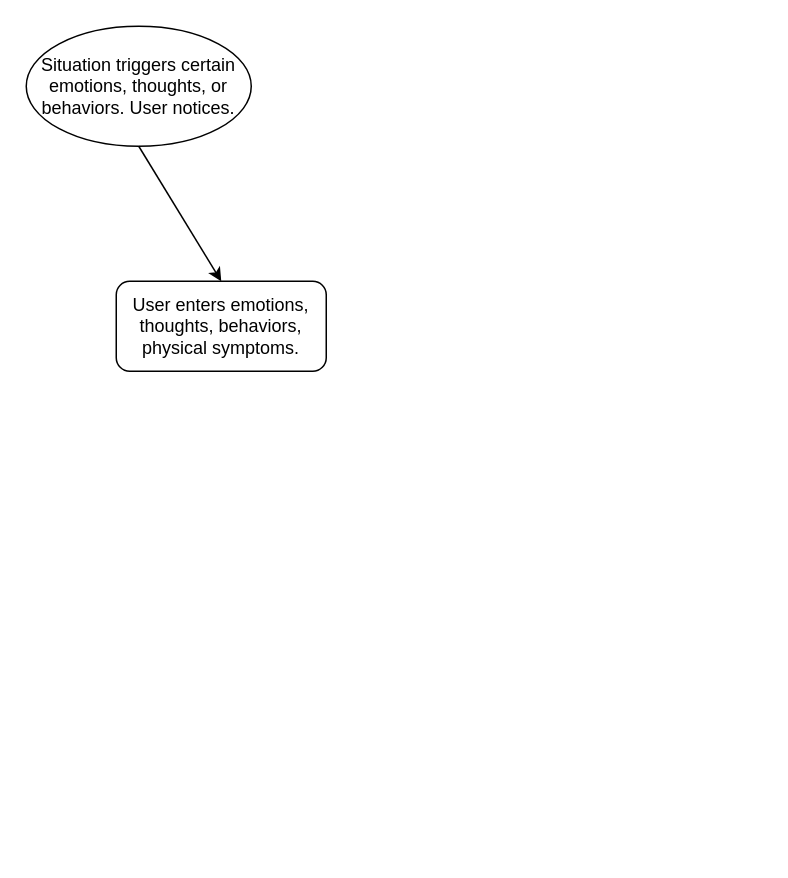
Above: Untitled Diagram.drawio in nickanism/self_consciousness_general (draw.io), before the change. Source tidied: cells renumbered, new cells numbered last; positions are measured from the earlier drawing's top-left corner, leaving out a move shared by most shapes. Both pictures are drawn from the tidied source at 150%, with x=0, y=0 at pixel (26, 26).
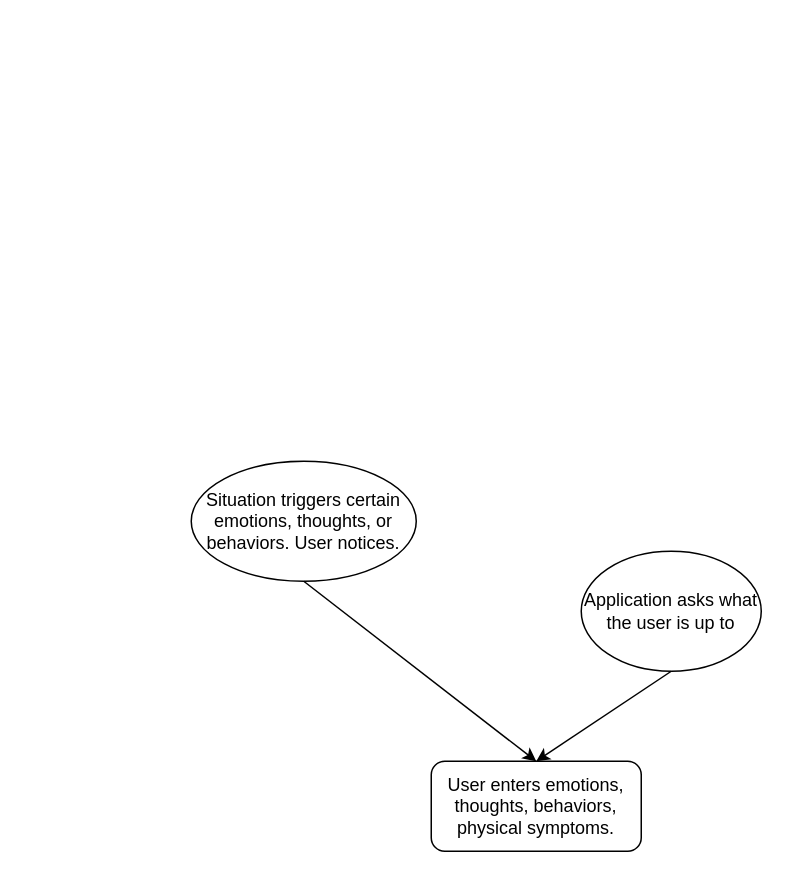
The same diagram, later.

The edit, as a diff of the source:
```diff
@@
 <mxGraphModel>
   <root>
     <mxCell id="0" />
     <mxCell id="1" parent="0" />
     <mxCell id="2" value="User enters emotions, thoughts, behaviors, physical symptoms." style="rounded=1;whiteSpace=wrap;html=1;" parent="1" vertex="1">
-      <mxGeometry x="60" y="170" width="140" height="60" as="geometry" />
+      <mxGeometry x="270" y="490" width="140" height="60" as="geometry" />
     </mxCell>
     <mxCell id="3" value="Situation triggers certain emotions, thoughts, or behaviors. User notices." style="ellipse;whiteSpace=wrap;html=1;" parent="1" vertex="1">
-      <mxGeometry width="150" height="80" as="geometry" />
+      <mxGeometry x="110" y="290" width="150" height="80" as="geometry" />
     </mxCell>
     <mxCell id="4" style="endArrow=classic;html=1;rounded=0;exitX=0.5;exitY=1;exitDx=0;exitDy=0;entryX=0.5;entryY=0;entryDx=0;entryDy=0;" parent="1" edge="1" source="3" target="2">
       <mxGeometry relative="1" as="geometry" />
     </mxCell>
+    <mxCell id="5" value="Application asks what the user is up to" style="ellipse;whiteSpace=wrap;html=1;" parent="1" vertex="1">
+      <mxGeometry x="370" y="350" width="120" height="80" as="geometry" />
+    </mxCell>
+    <mxCell id="6" style="endArrow=classic;html=1;rounded=0;exitX=0.5;exitY=1;exitDx=0;exitDy=0;entryX=0.5;entryY=0;entryDx=0;entryDy=0;" parent="1" edge="1" source="5" target="2">
+      <mxGeometry relative="1" as="geometry" />
+    </mxCell>
   </root>
 </mxGraphModel>
```
